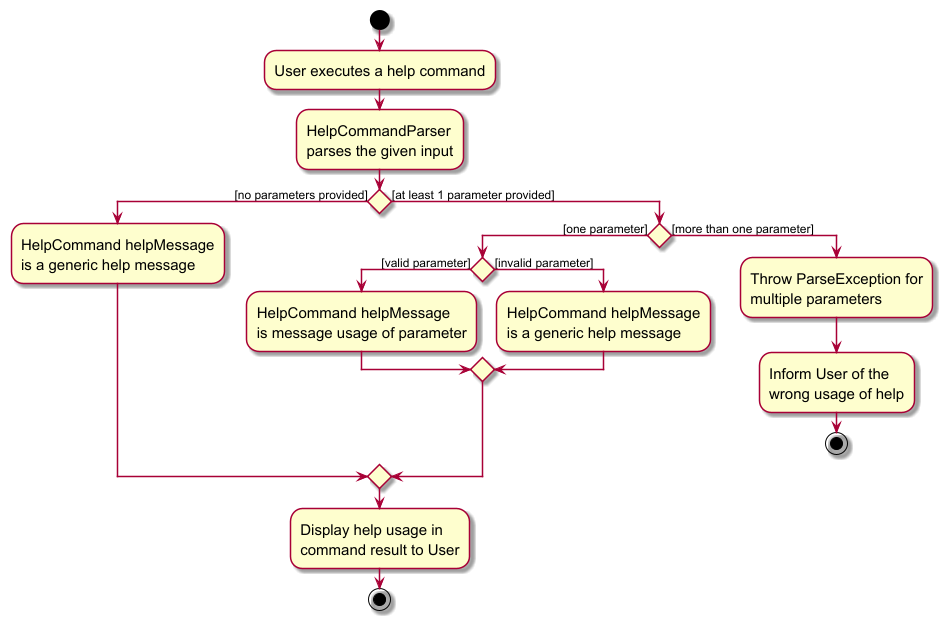
Earlier version of the PlantUML export docs/images/HelpCommandActivityDiagram.png (AY2425S2-CS2103T-T13-1/tp).
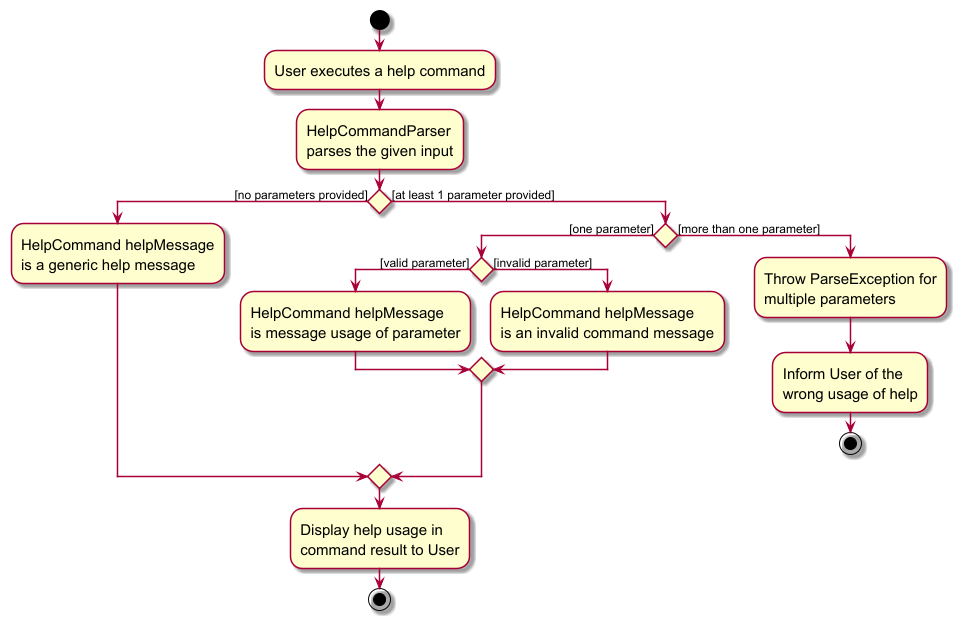
After the commit.

Diff of the diagram source:
```diff
@@ -18,7 +18,7 @@
             is message usage of parameter;
         else ([invalid parameter])
             :HelpCommand helpMessage
-            is a generic help message;
+            is an invalid command message;
         endif
     else ([more than one parameter])
         :Throw ParseException for
```
